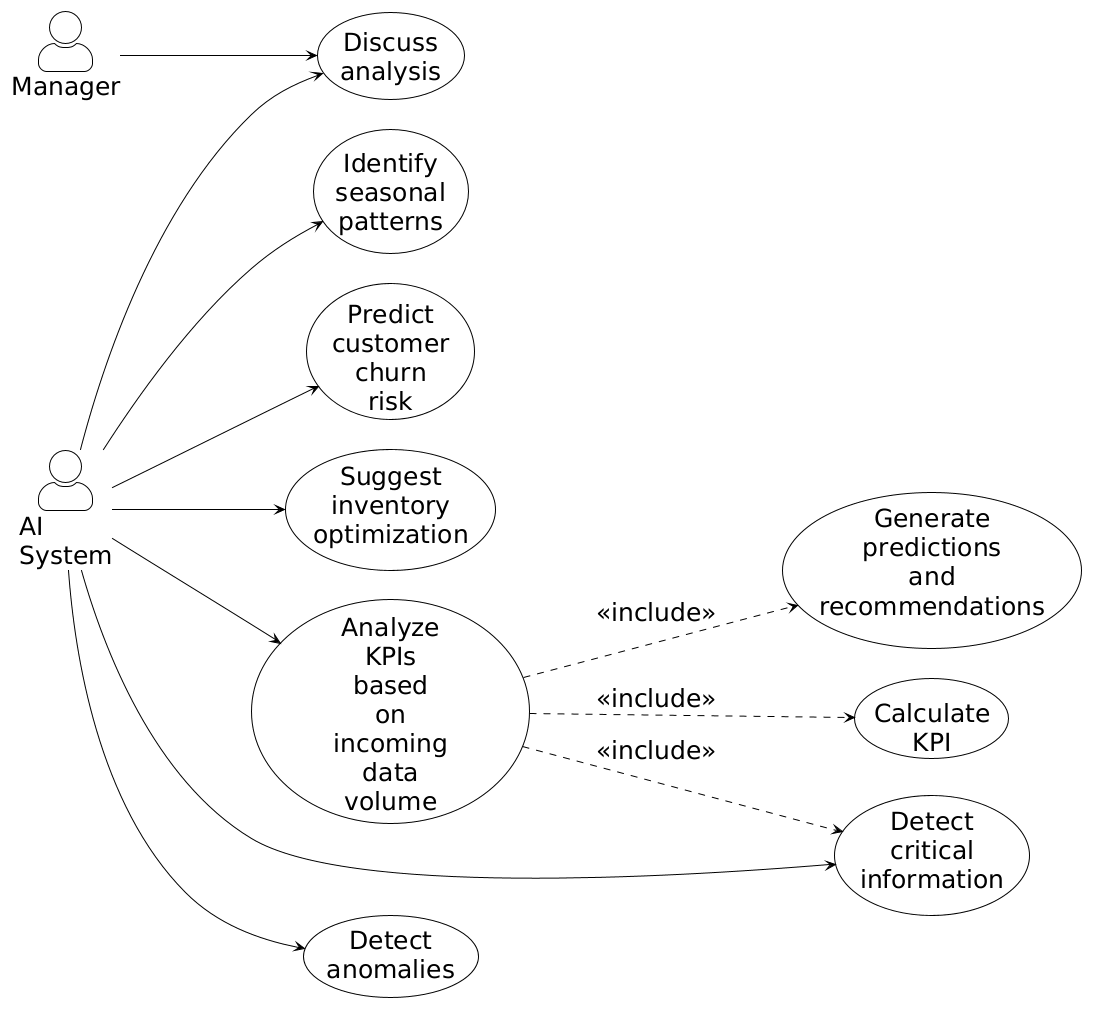
Above: images/sprint3/usecase minimal.png in rayenbenzid1/PFE-Latex (PlantUML), before the change.
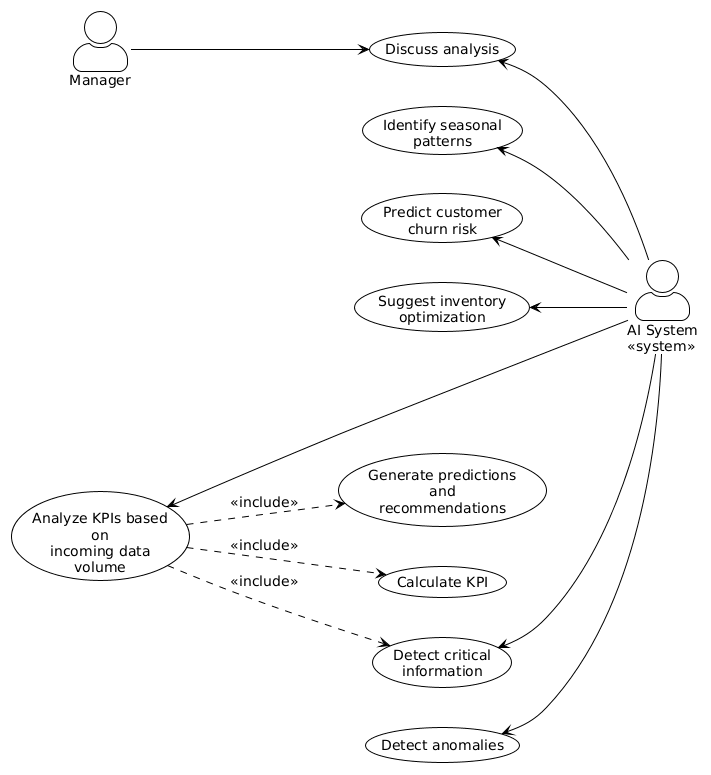
After the change.

The edit, as a diff of the source:
```diff
@@ -1,50 +1,37 @@
 @startuml
 !theme plain
-
 left to right direction
 skinparam actorStyle awesome
-skinparam defaultFontSize 25
-skinparam wrapWidth 60
-skinparam nodesep 30
-skinparam ranksep 130
+skinparam defaultFontSize 14
+skinparam wrapWidth 150
+skinparam nodesep 40
+skinparam ranksep 80
 
-actor Manager
+actor "Manager" as Manager
 
-actor "AI System" as AI
+actor "AI System\n<<system>>" as AISystem
 
+usecase "Discuss analysis" as UC_Discuss
+usecase "Identify seasonal patterns" as UC_Seasonal
+usecase "Predict customer churn risk" as UC_Churn
+usecase "Suggest inventory optimization" as UC_Inventory
+usecase "Analyze KPIs based on\nincoming data volume" as UC_AnalyzeKPI
+usecase "Detect anomalies" as UC_Anomalies
+usecase "Generate predictions\nand recommendations" as UC_Predictions
+usecase "Calculate KPI" as UC_CalcKPI
+usecase "Detect critical information" as UC_Critical
 
+Manager --> UC_Discuss
+UC_Discuss    <-- AISystem
 
-usecase "Analyze KPIs based on incoming data volume" as UC_AnalyzeKPI
+UC_Seasonal    <-- AISystem
+UC_Churn       <-- AISystem
+UC_Inventory   <-- AISystem
+UC_AnalyzeKPI  <-- AISystem
+UC_Anomalies   <-- AISystem
+UC_Critical    <-- AISystem
 
-usecase "Generate predictions and recommendations" as UC_Predictions
-usecase "Detect critical information" as UC_DetectCritical
-usecase "Discuss analysis" as UC_DiscussAnalysis
-
-
-usecase "Calculate KPI" as UC_CalculateKPI
-
-usecase "Detect anomalies" as UC_DetectAnomalies
-usecase "Identify seasonal patterns" as UC_SeasonalPatterns
-usecase "Predict customer churn risk" as UC_ChurnRisk
-usecase "Suggest inventory optimization" as UC_InventoryOptim
-
-
-
-
-
-Manager --> UC_DiscussAnalysis
-
-
-AI --> UC_AnalyzeKPI
-AI --> UC_DetectCritical
-AI --> UC_DetectAnomalies
-AI --> UC_SeasonalPatterns
-AI --> UC_ChurnRisk
-AI --> UC_InventoryOptim
-AI --> UC_DiscussAnalysis
-
-
-UC_AnalyzeKPI ..> UC_CalculateKPI : <<include>>
 UC_AnalyzeKPI ..> UC_Predictions : <<include>>
-UC_AnalyzeKPI ..> UC_DetectCritical : <<include>>
+UC_AnalyzeKPI ..> UC_CalcKPI     : <<include>>
+UC_AnalyzeKPI ..> UC_Critical    : <<include>>
 @enduml
```
